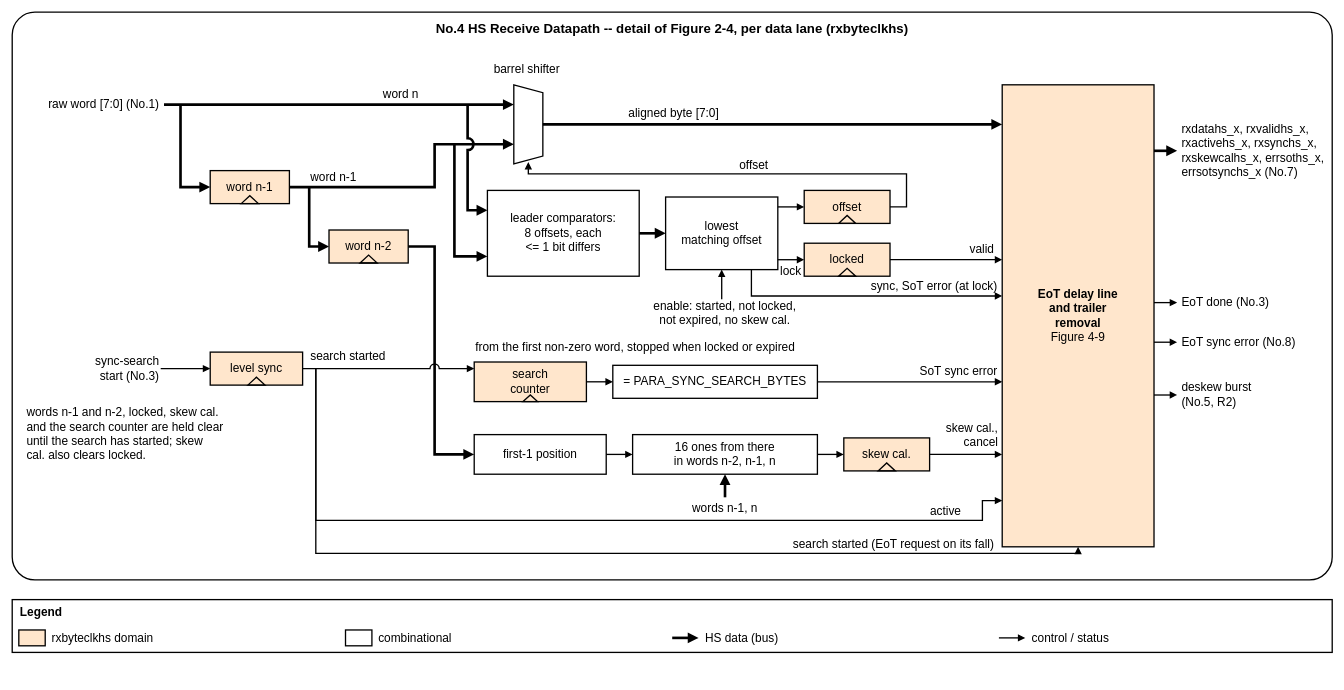
The draw.io diagram 22fdx/rx/digital/hw/rtl/ip/ftel_dphy_rx/doc/figures/ftel_dphy_rx_hs_datapath.drawio in ftel-cdc/fu3_dphy, before the edit. Source tidied: cells renumbered, new cells numbered last; positions are measured from the earlier drawing's top-left corner, leaving out a move shared by most shapes. Both pictures are drawn from the tidied source at 66%, with x=0, y=0 at pixel (12, 12).
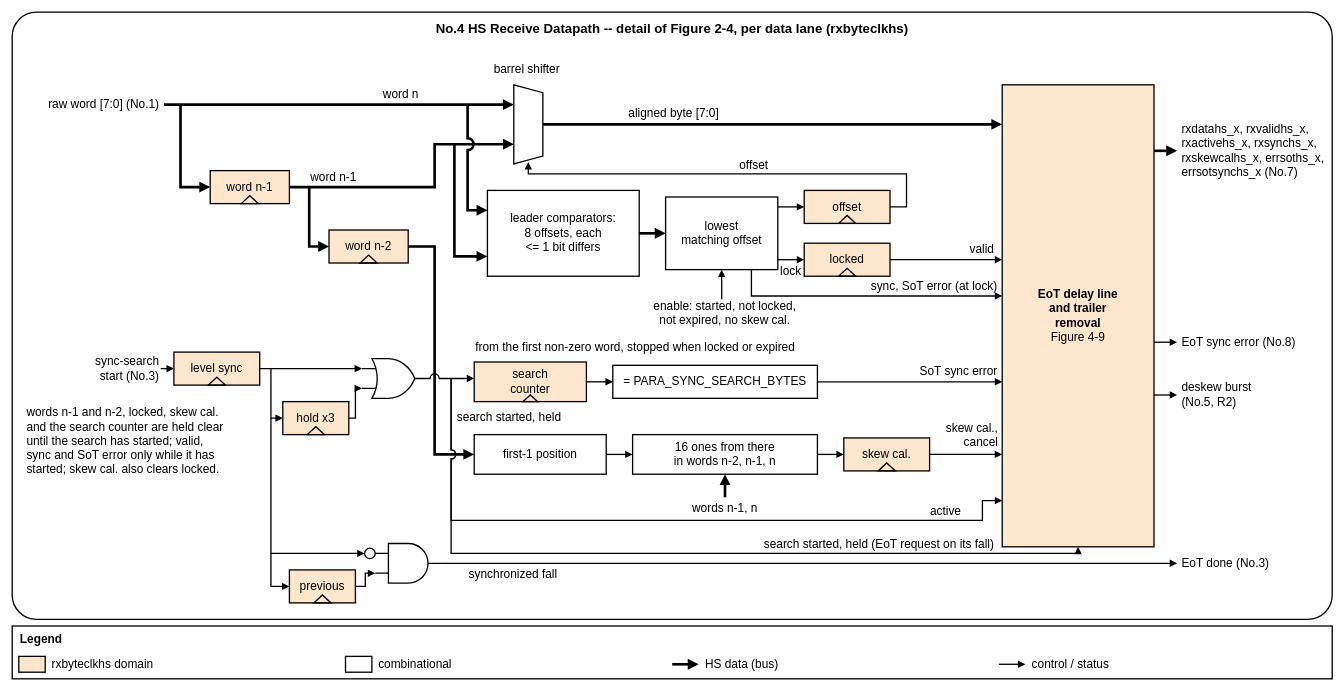
After the change.

Change to the diagram source:
```diff
@@
     <mxCell id="2" value="No.4 HS Receive Datapath  --  detail of Figure 2-4, per data lane (rxbyteclkhs)" style="rounded=1;whiteSpace=wrap;html=1;fontSize=20;fontStyle=1;verticalAlign=top;strokeWidth=2;fillColor=none;arcSize=4;spacingTop=6;" parent="1" vertex="1">
-      <mxGeometry width="2000" height="860" as="geometry" />
+      <mxGeometry width="2000" height="920" as="geometry" />
     </mxCell>
@@
-    <mxCell id="57" value="search started (EoT request on its fall)" style="text;html=1;whiteSpace=wrap;fontSize=18;align=right;verticalAlign=middle;strokeColor=none;fillColor=none;spacing=2;" parent="1" vertex="1">
-      <mxGeometry x="1100" y="792" width="390" height="28" as="geometry" />
+    <mxCell id="57" value="search started, held (EoT request on its fall)" style="text;html=1;whiteSpace=wrap;fontSize=18;align=right;verticalAlign=middle;strokeColor=none;fillColor=none;spacing=2;" parent="1" vertex="1">
+      <mxGeometry x="1040" y="792" width="450" height="28" as="geometry" />
     </mxCell>
@@
-    <mxCell id="60" style="endArrow=block;endFill=1;html=1;fontSize=18;edgeStyle=orthogonalEdgeStyle;rounded=0;jumpStyle=arc;jumpSize=12;labelBackgroundColor=#FFFFFF;strokeWidth=2;edgeStyle=none;" parent="1" edge="1">
-      <mxGeometry relative="1" as="geometry">
-        <mxPoint x="1730" y="440" as="sourcePoint" />
-        <mxPoint x="1765" y="440" as="targetPoint" />
-      </mxGeometry>
-    </mxCell>
     <mxCell id="61" value="EoT done (No.3)" style="text;html=1;whiteSpace=wrap;fontSize=18;align=left;verticalAlign=middle;strokeColor=none;fillColor=none;spacing=2;" parent="1" vertex="1">
-      <mxGeometry x="1770" y="425" width="225" height="30" as="geometry" />
+      <mxGeometry x="1770" y="820" width="225" height="30" as="geometry" />
     </mxCell>
@@
-    <mxCell id="66" value="words n-1 and n-2, locked, skew cal.&lt;br&gt;and the search counter are held clear&lt;br&gt;until the search has started; skew&lt;br&gt;cal. also clears locked." style="text;html=1;whiteSpace=wrap;fontSize=18;align=left;verticalAlign=top;strokeColor=none;fillColor=none;spacing=2;" parent="1" vertex="1">
-      <mxGeometry x="20" y="590" width="420" height="110" as="geometry" />
+    <mxCell id="66" value="words n-1 and n-2, locked, skew cal.&lt;br&gt;and the search counter are held clear&lt;br&gt;until the search has started; valid,&lt;br&gt;sync and SoT error only while it has&lt;br&gt;started; skew cal. also clears locked." style="text;html=1;whiteSpace=wrap;fontSize=18;align=left;verticalAlign=top;strokeColor=none;fillColor=none;spacing=2;" parent="1" vertex="1">
+      <mxGeometry x="20" y="590" width="360" height="160" as="geometry" />
     </mxCell>
@@
     <mxCell id="68" style="endArrow=block;endFill=1;html=1;fontSize=18;edgeStyle=orthogonalEdgeStyle;rounded=0;jumpStyle=arc;jumpSize=12;labelBackgroundColor=#FFFFFF;strokeWidth=2;edgeStyle=none;" parent="1" edge="1">
       <mxGeometry relative="1" as="geometry">
         <mxPoint x="225" y="540" as="sourcePoint" />
-        <mxPoint x="300" y="540" as="targetPoint" />
+        <mxPoint x="245" y="540" as="targetPoint" />
       </mxGeometry>
     </mxCell>
     <mxCell id="69" value="level sync" style="rounded=0;whiteSpace=wrap;html=1;fontSize=18;strokeWidth=2;fillColor=#FFE6CC;align=center;verticalAlign=middle;spacing=4;" parent="1" vertex="1">
-      <mxGeometry x="300" y="515" width="140" height="50" as="geometry" />
+      <mxGeometry x="245" y="515" width="130" height="50" as="geometry" />
     </mxCell>
     <mxCell id="70" style="triangle;whiteSpace=wrap;html=1;rotation=-90;strokeWidth=2;fillColor=none;" parent="1" vertex="1">
-      <mxGeometry x="364" y="546" width="12" height="26" as="geometry" />
+      <mxGeometry x="304" y="546" width="12" height="26" as="geometry" />
     </mxCell>
     <mxCell id="71" style="endArrow=block;endFill=1;html=1;fontSize=18;edgeStyle=orthogonalEdgeStyle;rounded=0;jumpStyle=arc;jumpSize=12;labelBackgroundColor=#FFFFFF;strokeWidth=2;edgeStyle=none;" parent="1" edge="1">
       <mxGeometry relative="1" as="geometry">
-        <mxPoint x="440" y="540" as="sourcePoint" />
-        <mxPoint x="700" y="540" as="targetPoint" />
+        <mxPoint x="630" y="555" as="sourcePoint" />
+        <mxPoint x="700" y="555" as="targetPoint" />
       </mxGeometry>
     </mxCell>
-    <mxCell id="72" value="search started" style="text;html=1;whiteSpace=wrap;fontSize=18;align=left;verticalAlign=middle;strokeColor=none;fillColor=none;spacing=2;" parent="1" vertex="1">
-      <mxGeometry x="450" y="508" width="180" height="28" as="geometry" />
+    <mxCell id="72" value="search started, held" style="text;html=1;whiteSpace=wrap;fontSize=18;align=left;verticalAlign=middle;strokeColor=none;fillColor=none;spacing=2;" parent="1" vertex="1">
+      <mxGeometry x="672" y="600" width="230" height="28" as="geometry" />
     </mxCell>
     <mxCell id="73" style="endArrow=block;endFill=1;html=1;fontSize=18;edgeStyle=orthogonalEdgeStyle;rounded=0;jumpStyle=arc;jumpSize=12;labelBackgroundColor=#FFFFFF;strokeWidth=2;" parent="1" edge="1">
       <mxGeometry relative="1" as="geometry">
-        <mxPoint x="460" y="540" as="sourcePoint" />
+        <mxPoint x="665" y="555" as="sourcePoint" />
         <mxPoint x="1500" y="740" as="targetPoint" />
         <Array as="points">
-          <mxPoint x="460" y="770" />
+          <mxPoint x="665" y="770" />
           <mxPoint x="1470" y="770" />
           <mxPoint x="1470" y="740" />
         </Array>
       </mxGeometry>
     </mxCell>
     <mxCell id="74" style="endArrow=block;endFill=1;html=1;fontSize=18;edgeStyle=orthogonalEdgeStyle;rounded=0;jumpStyle=arc;jumpSize=12;labelBackgroundColor=#FFFFFF;strokeWidth=2;" parent="1" edge="1">
       <mxGeometry relative="1" as="geometry">
-        <mxPoint x="460" y="540" as="sourcePoint" />
+        <mxPoint x="665" y="555" as="sourcePoint" />
         <mxPoint x="1615" y="810" as="targetPoint" />
         <Array as="points">
-          <mxPoint x="460" y="820" />
+          <mxPoint x="665" y="820" />
           <mxPoint x="1615" y="820" />
         </Array>
       </mxGeometry>
     </mxCell>
     <mxCell id="75" style="rounded=0;whiteSpace=wrap;html=1;fontSize=18;strokeWidth=2;fillColor=none;align=center;verticalAlign=middle;spacing=4;" parent="1" vertex="1">
-      <mxGeometry y="890" width="2000" height="80" as="geometry" />
+      <mxGeometry y="930" width="2000" height="80" as="geometry" />
     </mxCell>
     <mxCell id="76" value="&lt;b&gt;Legend&lt;/b&gt;" style="text;html=1;whiteSpace=wrap;fontSize=18;align=left;verticalAlign=middle;strokeColor=none;fillColor=none;spacing=2;" parent="1" vertex="1">
-      <mxGeometry x="10" y="894" width="100" height="32" as="geometry" />
+      <mxGeometry x="10" y="934" width="100" height="32" as="geometry" />
     </mxCell>
     <mxCell id="77" style="rounded=0;whiteSpace=wrap;html=1;fontSize=18;strokeWidth=2;fillColor=#FFE6CC;align=center;verticalAlign=middle;spacing=4;" parent="1" vertex="1">
-      <mxGeometry x="10" y="936" width="40" height="24" as="geometry" />
+      <mxGeometry x="10" y="976" width="40" height="24" as="geometry" />
     </mxCell>
     <mxCell id="78" value="rxbyteclkhs domain" style="text;html=1;whiteSpace=wrap;fontSize=18;align=left;verticalAlign=middle;strokeColor=none;fillColor=none;spacing=2;" parent="1" vertex="1">
-      <mxGeometry x="58" y="930" width="445" height="36" as="geometry" />
+      <mxGeometry x="58" y="970" width="445" height="36" as="geometry" />
     </mxCell>
     <mxCell id="79" style="rounded=0;whiteSpace=wrap;html=1;fontSize=18;strokeWidth=2;fillColor=#FFFFFF;align=center;verticalAlign=middle;spacing=4;" parent="1" vertex="1">
-      <mxGeometry x="505" y="936" width="40" height="24" as="geometry" />
+      <mxGeometry x="505" y="976" width="40" height="24" as="geometry" />
     </mxCell>
     <mxCell id="80" value="combinational" style="text;html=1;whiteSpace=wrap;fontSize=18;align=left;verticalAlign=middle;strokeColor=none;fillColor=none;spacing=2;" parent="1" vertex="1">
-      <mxGeometry x="553" y="930" width="445" height="36" as="geometry" />
+      <mxGeometry x="553" y="970" width="445" height="36" as="geometry" />
     </mxCell>
     <mxCell id="81" style="endArrow=block;endFill=1;html=1;fontSize=18;edgeStyle=orthogonalEdgeStyle;rounded=0;jumpStyle=arc;jumpSize=12;labelBackgroundColor=#FFFFFF;strokeWidth=4;edgeStyle=none;" parent="1" edge="1">
       <mxGeometry relative="1" as="geometry">
-        <mxPoint x="1000" y="948" as="sourcePoint" />
-        <mxPoint x="1040" y="948" as="targetPoint" />
+        <mxPoint x="1000" y="988" as="sourcePoint" />
+        <mxPoint x="1040" y="988" as="targetPoint" />
       </mxGeometry>
     </mxCell>
     <mxCell id="82" value="HS data (bus)" style="text;html=1;whiteSpace=wrap;fontSize=18;align=left;verticalAlign=middle;strokeColor=none;fillColor=none;spacing=2;" parent="1" vertex="1">
-      <mxGeometry x="1048" y="930" width="445" height="36" as="geometry" />
+      <mxGeometry x="1048" y="970" width="445" height="36" as="geometry" />
     </mxCell>
     <mxCell id="83" style="endArrow=block;endFill=1;html=1;fontSize=18;edgeStyle=orthogonalEdgeStyle;rounded=0;jumpStyle=arc;jumpSize=12;labelBackgroundColor=#FFFFFF;strokeWidth=2;edgeStyle=none;" parent="1" edge="1">
       <mxGeometry relative="1" as="geometry">
-        <mxPoint x="1495" y="948" as="sourcePoint" />
-        <mxPoint x="1535" y="948" as="targetPoint" />
+        <mxPoint x="1495" y="988" as="sourcePoint" />
+        <mxPoint x="1535" y="988" as="targetPoint" />
       </mxGeometry>
     </mxCell>
     <mxCell id="84" value="control / status" style="text;html=1;whiteSpace=wrap;fontSize=18;align=left;verticalAlign=middle;strokeColor=none;fillColor=none;spacing=2;" parent="1" vertex="1">
-      <mxGeometry x="1543" y="930" width="445" height="36" as="geometry" />
+      <mxGeometry x="1543" y="970" width="445" height="36" as="geometry" />
     </mxCell>
+    <mxCell id="85" style="endArrow=block;endFill=1;html=1;fontSize=18;edgeStyle=orthogonalEdgeStyle;rounded=0;jumpStyle=arc;jumpSize=12;labelBackgroundColor=#FFFFFF;strokeWidth=2;edgeStyle=none;" parent="1" edge="1">
+      <mxGeometry relative="1" as="geometry">
+        <mxPoint x="375" y="540" as="sourcePoint" />
+        <mxPoint x="530" y="540" as="targetPoint" />
+      </mxGeometry>
+    </mxCell>
+    <mxCell id="86" value="hold x3" style="rounded=0;whiteSpace=wrap;html=1;fontSize=18;strokeWidth=2;fillColor=#FFE6CC;align=center;verticalAlign=middle;spacing=4;" parent="1" vertex="1">
+      <mxGeometry x="410" y="590" width="100" height="50" as="geometry" />
+    </mxCell>
+    <mxCell id="87" style="triangle;whiteSpace=wrap;html=1;rotation=-90;strokeWidth=2;fillColor=none;" parent="1" vertex="1">
+      <mxGeometry x="454" y="621" width="12" height="26" as="geometry" />
+    </mxCell>
+    <mxCell id="88" style="endArrow=block;endFill=1;html=1;fontSize=18;edgeStyle=orthogonalEdgeStyle;rounded=0;jumpStyle=arc;jumpSize=12;labelBackgroundColor=#FFFFFF;strokeWidth=2;" parent="1" edge="1">
+      <mxGeometry relative="1" as="geometry">
+        <mxPoint x="392" y="540" as="sourcePoint" />
+        <mxPoint x="410" y="615" as="targetPoint" />
+        <Array as="points">
+          <mxPoint x="392" y="615" />
+        </Array>
+      </mxGeometry>
+    </mxCell>
+    <mxCell id="89" style="endArrow=block;endFill=1;html=1;fontSize=18;edgeStyle=orthogonalEdgeStyle;rounded=0;jumpStyle=arc;jumpSize=12;labelBackgroundColor=#FFFFFF;strokeWidth=2;" parent="1" edge="1">
+      <mxGeometry relative="1" as="geometry">
+        <mxPoint x="510" y="615" as="sourcePoint" />
+        <mxPoint x="530" y="570" as="targetPoint" />
+        <Array as="points">
+          <mxPoint x="520" y="615" />
+          <mxPoint x="520" y="570" />
+        </Array>
+      </mxGeometry>
+    </mxCell>
+    <mxCell id="90" style="verticalLabelPosition=bottom;shadow=0;dashed=0;align=center;html=1;verticalAlign=top;shape=mxgraph.electrical.logic_gates.logic_gate;operation=or;strokeWidth=2;fontSize=18;" parent="1" vertex="1">
+      <mxGeometry x="530" y="525" width="100" height="60" as="geometry" />
+    </mxCell>
+    <mxCell id="91" style="endArrow=block;endFill=1;html=1;fontSize=18;edgeStyle=orthogonalEdgeStyle;rounded=0;jumpStyle=arc;jumpSize=12;labelBackgroundColor=#FFFFFF;strokeWidth=2;" parent="1" edge="1">
+      <mxGeometry relative="1" as="geometry">
+        <mxPoint x="392" y="615" as="sourcePoint" />
+        <mxPoint x="420" y="870" as="targetPoint" />
+        <Array as="points">
+          <mxPoint x="392" y="870" />
+        </Array>
+      </mxGeometry>
+    </mxCell>
+    <mxCell id="92" style="endArrow=block;endFill=1;html=1;fontSize=18;edgeStyle=orthogonalEdgeStyle;rounded=0;jumpStyle=arc;jumpSize=12;labelBackgroundColor=#FFFFFF;strokeWidth=2;edgeStyle=none;" parent="1" edge="1">
+      <mxGeometry relative="1" as="geometry">
+        <mxPoint x="392" y="820" as="sourcePoint" />
+        <mxPoint x="534" y="820" as="targetPoint" />
+      </mxGeometry>
+    </mxCell>
+    <mxCell id="93" value="previous" style="rounded=0;whiteSpace=wrap;html=1;fontSize=18;strokeWidth=2;fillColor=#FFE6CC;align=center;verticalAlign=middle;spacing=4;" parent="1" vertex="1">
+      <mxGeometry x="420" y="845" width="100" height="50" as="geometry" />
+    </mxCell>
+    <mxCell id="94" style="triangle;whiteSpace=wrap;html=1;rotation=-90;strokeWidth=2;fillColor=none;" parent="1" vertex="1">
+      <mxGeometry x="464" y="876" width="12" height="26" as="geometry" />
+    </mxCell>
+    <mxCell id="95" style="ellipse;whiteSpace=wrap;html=1;strokeWidth=2;" parent="1" vertex="1">
+      <mxGeometry x="534" y="812" width="16" height="16" as="geometry" />
+    </mxCell>
+    <mxCell id="96" style="verticalLabelPosition=bottom;shadow=0;dashed=0;align=center;html=1;verticalAlign=top;shape=mxgraph.electrical.logic_gates.logic_gate;operation=and;strokeWidth=2;fontSize=18;" parent="1" vertex="1">
+      <mxGeometry x="550" y="805" width="100" height="60" as="geometry" />
+    </mxCell>
+    <mxCell id="97" style="endArrow=block;endFill=1;html=1;fontSize=18;edgeStyle=orthogonalEdgeStyle;rounded=0;jumpStyle=arc;jumpSize=12;labelBackgroundColor=#FFFFFF;strokeWidth=2;" parent="1" edge="1">
+      <mxGeometry relative="1" as="geometry">
+        <mxPoint x="520" y="870" as="sourcePoint" />
+        <mxPoint x="550" y="850" as="targetPoint" />
+        <Array as="points">
+          <mxPoint x="535" y="870" />
+          <mxPoint x="535" y="850" />
+        </Array>
+      </mxGeometry>
+    </mxCell>
+    <mxCell id="98" style="endArrow=block;endFill=1;html=1;fontSize=18;edgeStyle=orthogonalEdgeStyle;rounded=0;jumpStyle=arc;jumpSize=12;labelBackgroundColor=#FFFFFF;strokeWidth=2;edgeStyle=none;" parent="1" edge="1">
+      <mxGeometry relative="1" as="geometry">
+        <mxPoint x="650" y="835" as="sourcePoint" />
+        <mxPoint x="1765" y="835" as="targetPoint" />
+      </mxGeometry>
+    </mxCell>
+    <mxCell id="99" value="synchronized fall" style="text;html=1;whiteSpace=wrap;fontSize=18;align=left;verticalAlign=middle;strokeColor=none;fillColor=none;spacing=2;" parent="1" vertex="1">
+      <mxGeometry x="690" y="838" width="230" height="28" as="geometry" />
+    </mxCell>
```
